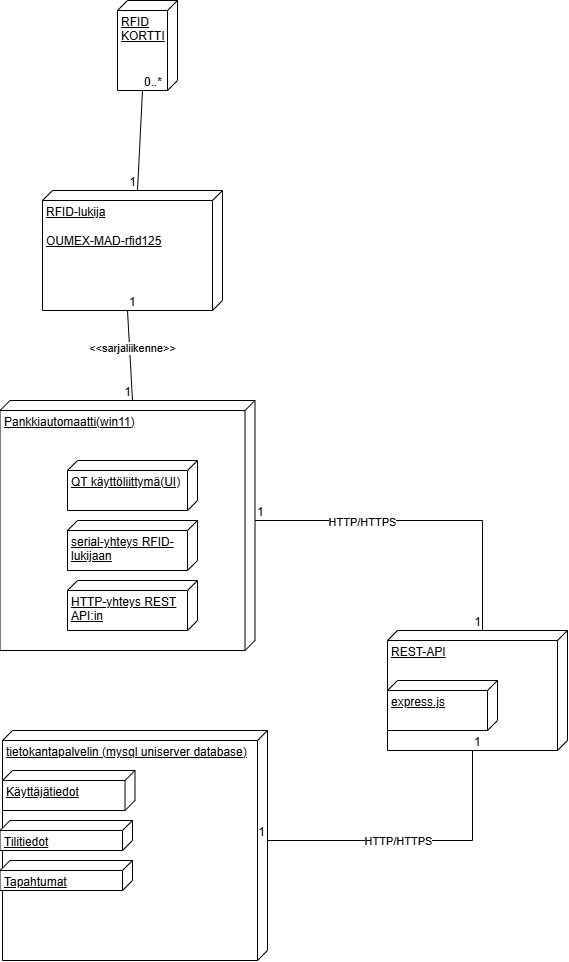
Earlier version of the draw.io export käyttöönotto-kaavio.drawio.png (Migi2422/olio-ohjelmointi25). Source tidied: cells renumbered, new cells last; positions are measured from the earlier drawing's top-left corner, leaving out a move shared by most shapes.
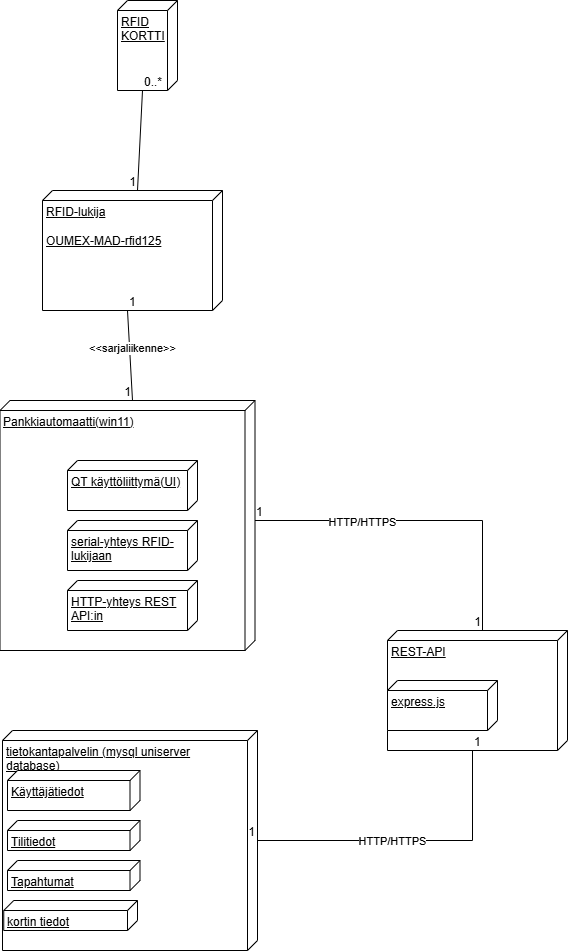
After the commit.

What changed in the source:
```diff
@@ -18,16 +18,16 @@
       <mxGeometry x="68" y="580" width="130" height="50" as="geometry" />
     </mxCell>
     <mxCell id="7" value="tietokantapalvelin (mysql uniserver database)" style="verticalAlign=top;align=left;spacingTop=8;spacingLeft=2;spacingRight=12;shape=cube;size=10;direction=south;fontStyle=4;html=1;whiteSpace=wrap;" parent="1" vertex="1">
-      <mxGeometry x="3" y="730" width="265" height="230" as="geometry" />
+      <mxGeometry x="3" y="730" width="255" height="220" as="geometry" />
     </mxCell>
     <mxCell id="8" value="Käyttäjätiedot" style="verticalAlign=top;align=left;spacingTop=8;spacingLeft=2;spacingRight=12;shape=cube;size=10;direction=south;fontStyle=4;html=1;whiteSpace=wrap;" parent="1" vertex="1">
-      <mxGeometry x="3" y="770" width="132.5" height="40" as="geometry" />
+      <mxGeometry x="8" y="770" width="132.5" height="40" as="geometry" />
     </mxCell>
     <mxCell id="9" value="Tilitiedot" style="verticalAlign=top;align=left;spacingTop=8;spacingLeft=2;spacingRight=12;shape=cube;size=10;direction=south;fontStyle=4;html=1;whiteSpace=wrap;" parent="1" vertex="1">
-      <mxGeometry x="0.5" y="820" width="132.5" height="30" as="geometry" />
+      <mxGeometry x="8" y="820" width="132.5" height="30" as="geometry" />
     </mxCell>
     <mxCell id="10" value="Tapahtumat" style="verticalAlign=top;align=left;spacingTop=8;spacingLeft=2;spacingRight=12;shape=cube;size=10;direction=south;fontStyle=4;html=1;whiteSpace=wrap;" parent="1" vertex="1">
-      <mxGeometry x="0.5" y="860" width="132.5" height="30" as="geometry" />
+      <mxGeometry x="8" y="860" width="132.5" height="30" as="geometry" />
     </mxCell>
     <mxCell id="11" value="REST-API" style="verticalAlign=top;align=left;spacingTop=8;spacingLeft=2;spacingRight=12;shape=cube;size=10;direction=south;fontStyle=4;html=1;whiteSpace=wrap;" parent="1" vertex="1">
       <mxGeometry x="388" y="630" width="180" height="120" as="geometry" />
@@ -91,5 +91,8 @@
     <mxCell id="28" value="HTTP/HTTPS" style="edgeLabel;html=1;align=center;verticalAlign=middle;" parent="25" vertex="1">
       <mxGeometry x="0.12" y="1" relative="1" as="geometry" />
     </mxCell>
+    <mxCell id="29" value="kortin tiedot" style="verticalAlign=top;align=left;spacingTop=8;spacingLeft=2;spacingRight=12;shape=cube;size=10;direction=south;fontStyle=4;html=1;whiteSpace=wrap;" parent="1" vertex="1">
+      <mxGeometry x="4.2" y="900" width="133.8" height="30" as="geometry" />
+    </mxCell>
   </root>
 </mxGraphModel>
```
